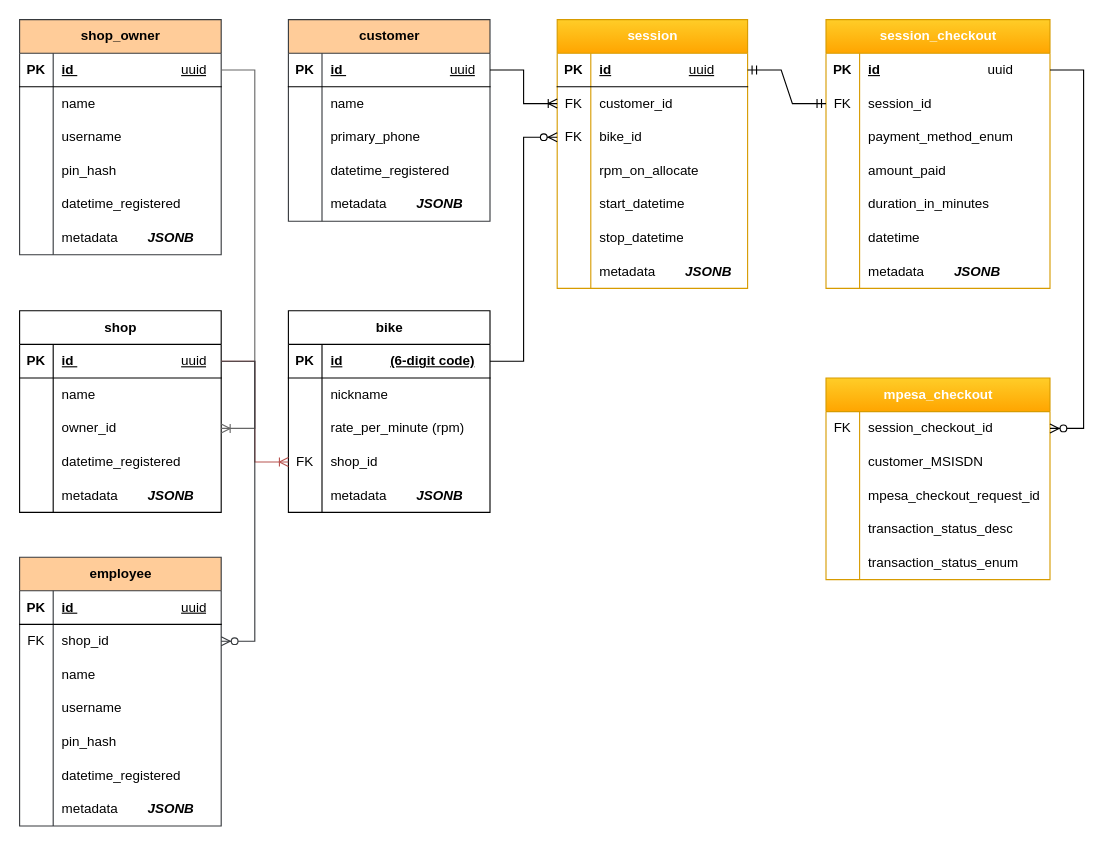
Above: bikelease/diagram.drawio in barasapeter/BIKELEASE (draw.io), before the change. Source tidied: cells renumbered, new cells numbered last; positions are measured from the earlier drawing's top-left corner, leaving out a move shared by most shapes. Both pictures are drawn from the tidied source at 112%, with x=0, y=0 at pixel (-26, 19).
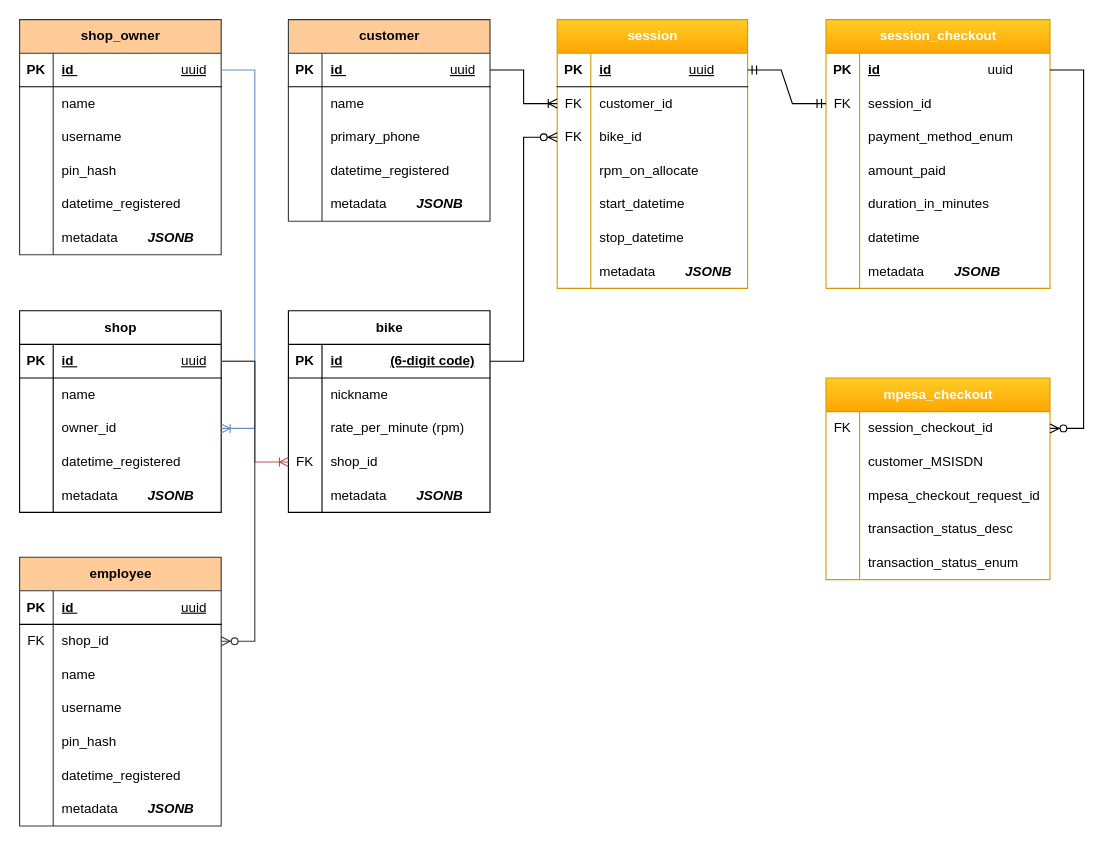
The same page after the edit.

The change refers to these unchanged cells:
```xml
<mxCell id="105" style="shape=tableRow;horizontal=0;startSize=0;swimlaneHead=0;swimlaneBody=0;fillColor=none;points=[[0,0.5],[1,0.5]];portConstraint=eastwest;top=0;left=0;right=0;bottom=0;" parent="98" vertex="1">
  <mxGeometry y="90" width="180" height="30" as="geometry" />
</mxCell>
<mxCell id="116" style="shape=tableRow;horizontal=0;startSize=0;swimlaneHead=0;swimlaneBody=0;fillColor=none;points=[[0,0.5],[1,0.5]];portConstraint=eastwest;top=0;left=0;right=0;bottom=1;" parent="115" vertex="1">
  <mxGeometry y="30" width="180" height="30" as="geometry" />
</mxCell>
```

What changed in the source:
```diff
@@
-    <mxCell id="134" style="edgeStyle=entityRelationEdgeStyle;fontSize=12;html=1;endArrow=ERoneToMany;rounded=0;fillColor=#f5f5f5;gradientColor=#b3b3b3;strokeColor=#666666;" parent="1" edge="1" source="116" target="105">
+    <mxCell id="134" style="edgeStyle=entityRelationEdgeStyle;fontSize=12;html=1;endArrow=ERoneToMany;rounded=0;fillColor=#dae8fc;strokeColor=#6c8ebf;" parent="1" edge="1" source="116" target="105">
       <mxGeometry relative="1" as="geometry">
         <Array as="points">
           <mxPoint y="200" />
           <mxPoint x="10" y="210" />
         </Array>
       </mxGeometry>
     </mxCell>
```
